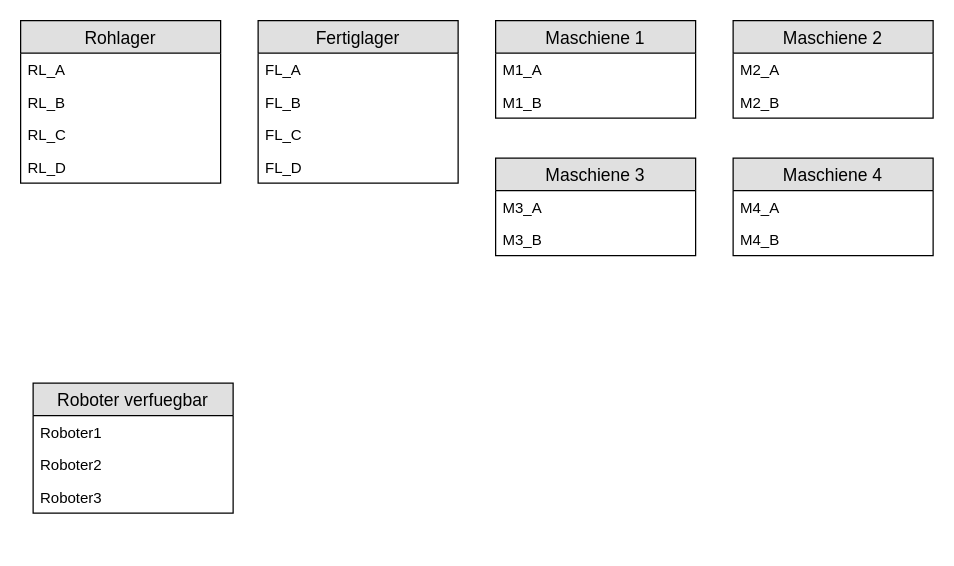
Above: page "ER_Diagramm" (2 of 3) of ER_diagramme.drawio in Nuramon4/Gewerk1 (draw.io), before the change. Source tidied: cells renumbered, new cells numbered last; positions are measured from the earlier drawing's top-left corner, leaving out a move shared by most shapes. Both pictures are drawn from the tidied source at 125%, with x=0, y=0 at pixel (20, 20).
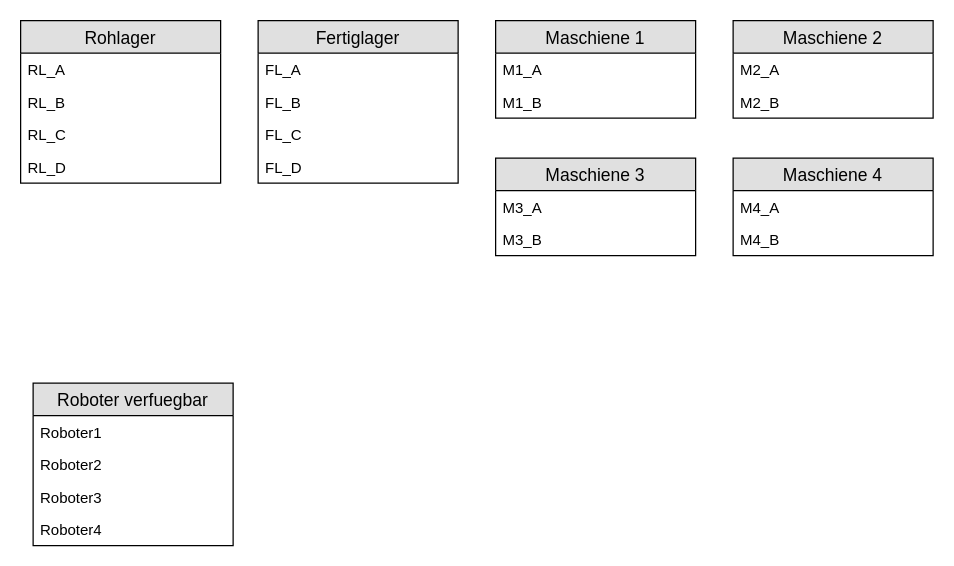
The same page after the edit.

Diff of the diagram source:
```diff
@@
     <mxCell id="24" value="Roboter verfuegbar" style="swimlane;fontStyle=0;horizontal=1;startSize=26;fillColor=#e0e0e0;swimlaneFillColor=#ffffff;align=center;fontSize=14;" parent="1" vertex="1">
-      <mxGeometry x="10" y="290" width="160" height="104" as="geometry" />
+      <mxGeometry x="10" y="290" width="160" height="130" as="geometry" />
     </mxCell>
@@
+    <mxCell id="28" value="Roboter3" style="text;strokeColor=none;fillColor=none;spacingLeft=4;spacingRight=4;overflow=hidden;fontSize=12;" parent="24" vertex="1">
+      <mxGeometry y="78" width="160" height="26" as="geometry" />
+    </mxCell>
-    <mxCell id="27" value="Roboter3" style="text;strokeColor=none;fillColor=none;spacingLeft=4;spacingRight=4;overflow=hidden;fontSize=12;" parent="24" vertex="1">
-      <mxGeometry y="78" width="160" height="26" as="geometry" />
+    <mxCell id="27" value="Roboter4&#10;" style="text;strokeColor=none;fillColor=none;spacingLeft=4;spacingRight=4;overflow=hidden;fontSize=12;" parent="24" vertex="1">
+      <mxGeometry y="104" width="160" height="26" as="geometry" />
     </mxCell>
```
